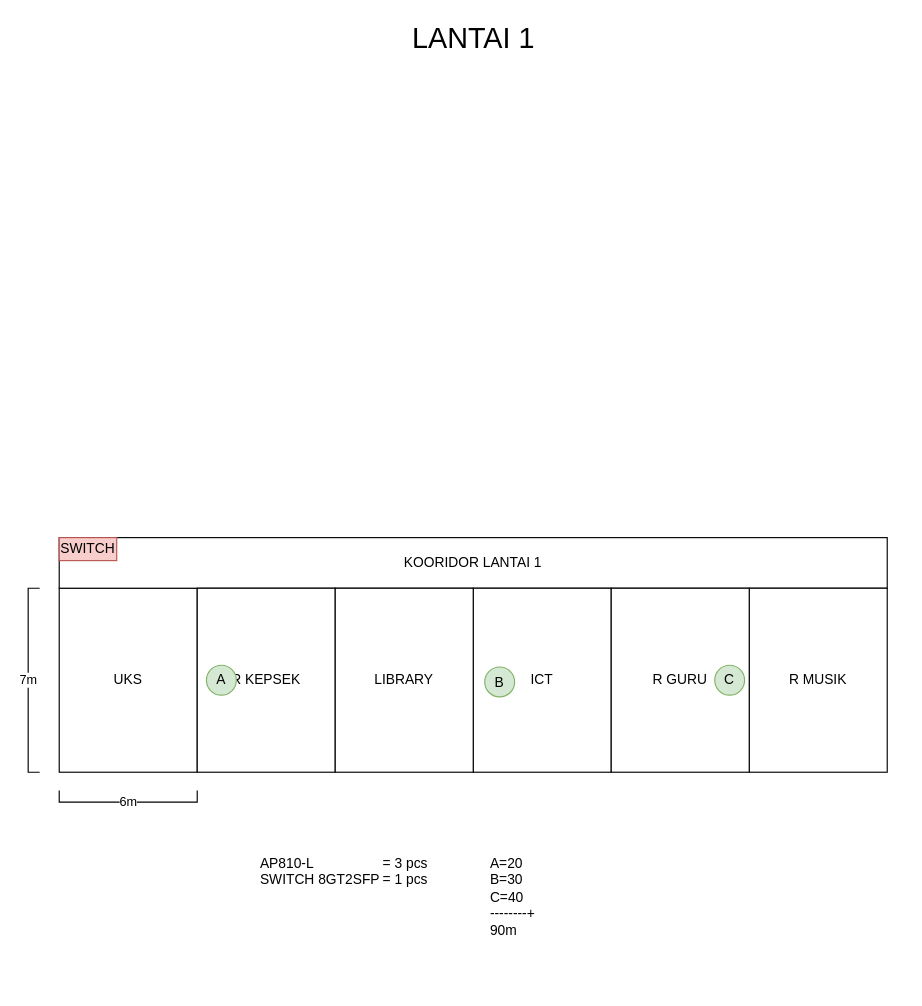
This is page "LANTAI 1" (2 of 5) of Denah & Topologi Maria Regina School.drawio from hnkzf/topologi-site, a draw.io file, before an edit. Source tidied: cells renumbered, new cells numbered last; positions are measured from the earlier drawing's top-left corner, leaving out a move shared by most shapes. Both pictures are drawn from the tidied source at 115%, with x=0, y=0 at pixel (28, 20).
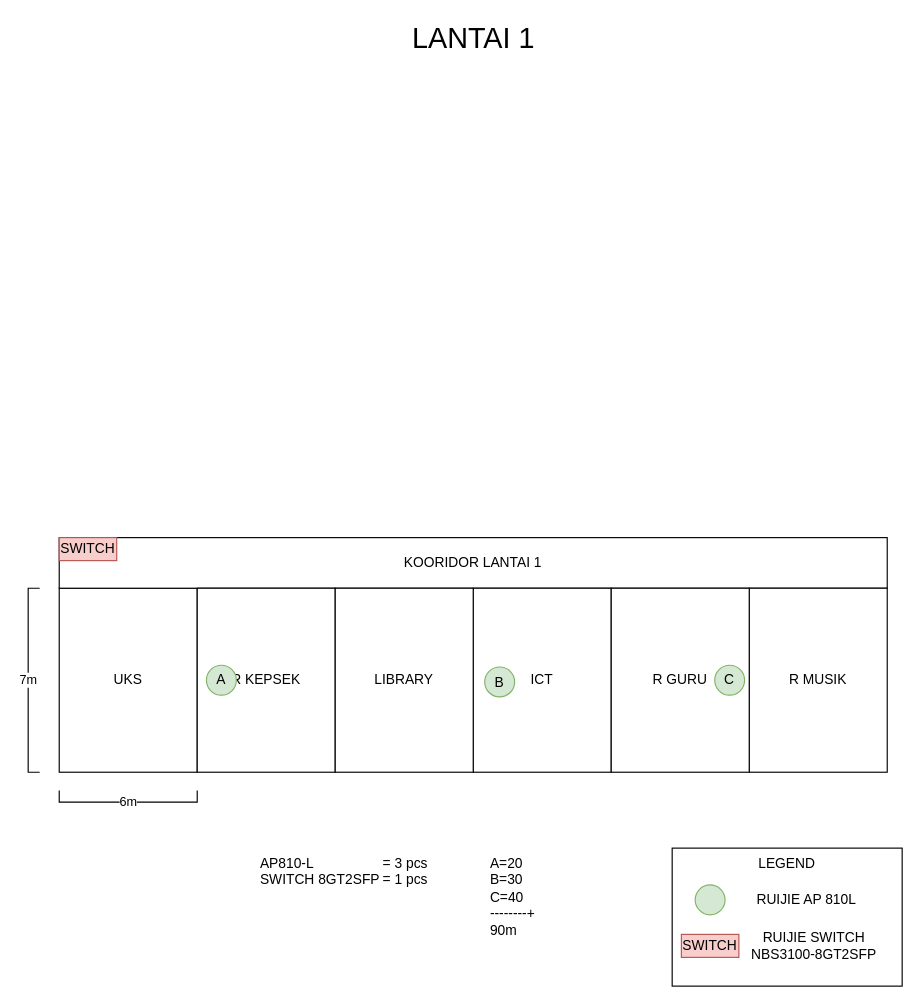
Above is the later version.

The edit, as a diff of the source:
```diff
@@
+    <mxCell id="18" value="LEGEND" style="rounded=0;whiteSpace=wrap;html=1;verticalAlign=top;" parent="1" vertex="1">
+      <mxGeometry x="560" y="720" width="200" height="120" as="geometry" />
+    </mxCell>
+    <mxCell id="19" style="ellipse;whiteSpace=wrap;html=1;fillColor=#d5e8d4;strokeColor=#82b366;" parent="1" vertex="1">
+      <mxGeometry x="580" y="752" width="26" height="26" as="geometry" />
+    </mxCell>
+    <mxCell id="20" value="SWITCH" style="rounded=0;whiteSpace=wrap;html=1;fillColor=#f8cecc;strokeColor=#b85450;" parent="1" vertex="1">
+      <mxGeometry x="568" y="795" width="50" height="20" as="geometry" />
+    </mxCell>
+    <mxCell id="21" value="RUIJIE AP 810L" style="text;html=1;whiteSpace=wrap;strokeColor=none;fillColor=none;align=center;verticalAlign=middle;rounded=0;" parent="1" vertex="1">
+      <mxGeometry x="627" y="750" width="100" height="30" as="geometry" />
+    </mxCell>
+    <mxCell id="22" value="RUIJIE SWITCH&lt;div&gt;NBS3100-8GT2SFP&lt;/div&gt;" style="text;html=1;whiteSpace=wrap;strokeColor=none;fillColor=none;align=center;verticalAlign=middle;rounded=0;" parent="1" vertex="1">
+      <mxGeometry x="627" y="790" width="113" height="30" as="geometry" />
+    </mxCell>
```
